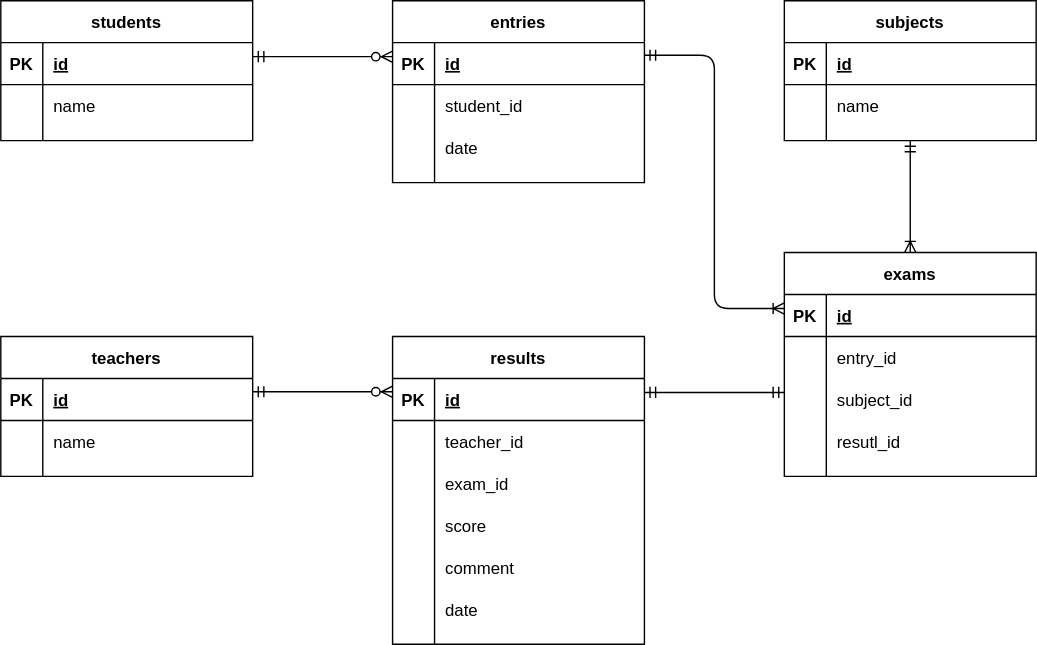
Earlier version of the draw.io export index.drawio.svg (otsukik/20210625otsuki). Source tidied: cells renumbered, new cells last; positions are measured from the earlier drawing's top-left corner, leaving out a move shared by most shapes.
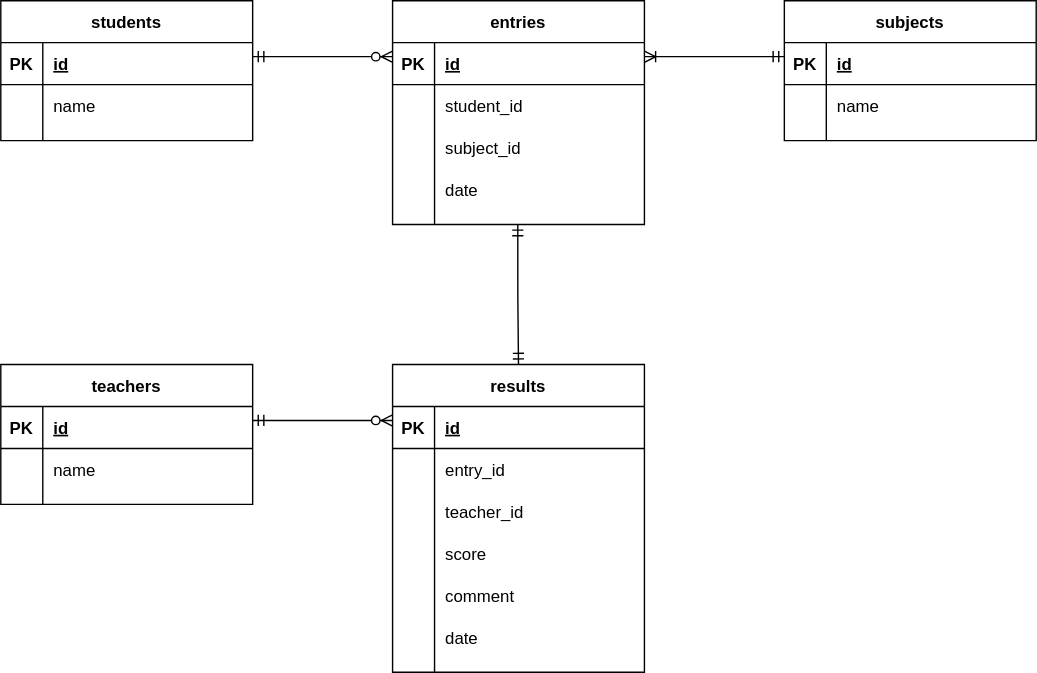
Later version of the same file.

Commit message:
delete exam table

The edit, as a diff of the source:
```diff
@@ -24,7 +24,7 @@
       <mxGeometry x="30" width="150" height="30" as="geometry" />
     </mxCell>
     <mxCell id="9" value="entries" style="shape=table;startSize=30;rowLines=0;fontStyle=1;align=center;" parent="1" vertex="1">
-      <mxGeometry x="280" width="180" height="130" as="geometry" />
+      <mxGeometry x="280" width="180" height="160" as="geometry" />
     </mxCell>
     <mxCell id="10" style="shape=partialRectangle;fillColor=none;top=0;left=0;bottom=1;right=0;points=[[0,0.5],[1,0.5]];portConstraint=eastwest;" parent="9" vertex="1">
       <mxGeometry y="30" width="180" height="30" as="geometry" />
@@ -44,8 +44,17 @@
     <mxCell id="15" value="student_id" style="shape=partialRectangle;fillColor=none;top=0;left=0;bottom=0;right=0;align=left;spacingLeft=6;overflow=hidden;" parent="13" vertex="1">
       <mxGeometry x="30" width="150" height="30" as="geometry" />
     </mxCell>
+    <mxCell id="70" style="shape=partialRectangle;fillColor=none;top=0;left=0;bottom=0;right=0;" parent="9" vertex="1">
+      <mxGeometry y="90" width="180" height="30" as="geometry" />
+    </mxCell>
+    <mxCell id="71" style="shape=partialRectangle;fillColor=none;top=0;left=0;bottom=0;right=0;overflow=hidden;" parent="70" vertex="1">
+      <mxGeometry width="30" height="30" as="geometry" />
+    </mxCell>
+    <mxCell id="63" value="subject_id" style="shape=partialRectangle;fillColor=none;top=0;left=0;bottom=0;right=0;align=left;spacingLeft=6;overflow=hidden;" parent="70" vertex="1">
+      <mxGeometry x="30" width="150" height="30" as="geometry" />
+    </mxCell>
     <mxCell id="16" style="shape=partialRectangle;fillColor=none;top=0;left=0;bottom=0;right=0;" parent="9" vertex="1">
-      <mxGeometry y="90" width="180" height="30" as="geometry" />
+      <mxGeometry y="120" width="180" height="30" as="geometry" />
     </mxCell>
     <mxCell id="17" style="shape=partialRectangle;fillColor=none;top=0;left=0;bottom=0;right=0;overflow=hidden;" parent="16" vertex="1">
       <mxGeometry width="30" height="30" as="geometry" />
@@ -60,7 +69,7 @@
       </mxGeometry>
     </mxCell>
     <mxCell id="20" value="teachers" style="shape=table;startSize=30;rowLines=0;fontStyle=1;align=center;" parent="1" vertex="1">
-      <mxGeometry y="240" width="180" height="100" as="geometry" />
+      <mxGeometry y="260" width="180" height="100" as="geometry" />
     </mxCell>
     <mxCell id="21" style="shape=partialRectangle;fillColor=none;top=0;left=0;bottom=1;right=0;" parent="20" vertex="1">
       <mxGeometry y="30" width="180" height="30" as="geometry" />
@@ -81,7 +90,7 @@
       <mxGeometry x="30" width="150" height="30" as="geometry" />
     </mxCell>
     <mxCell id="27" value="results" style="shape=table;startSize=30;rowLines=0;fontStyle=1;align=center;" parent="1" vertex="1">
-      <mxGeometry x="280" y="240" width="180" height="220" as="geometry" />
+      <mxGeometry x="280" y="260" width="180" height="220" as="geometry" />
     </mxCell>
     <mxCell id="28" style="shape=partialRectangle;fillColor=none;top=0;left=0;bottom=1;right=0;" parent="27" vertex="1">
       <mxGeometry y="30" width="180" height="30" as="geometry" />
@@ -92,8 +101,17 @@
     <mxCell id="30" value="id" style="shape=partialRectangle;fillColor=none;top=0;left=0;bottom=0;right=0;align=left;spacingLeft=6;fontStyle=5;overflow=hidden;" parent="28" vertex="1">
       <mxGeometry x="30" width="150" height="30" as="geometry" />
     </mxCell>
+    <mxCell id="58" style="shape=partialRectangle;fillColor=none;top=0;left=0;bottom=0;right=0;" parent="27" vertex="1">
+      <mxGeometry y="60" width="180" height="30" as="geometry" />
+    </mxCell>
+    <mxCell id="72" style="shape=partialRectangle;fillColor=none;top=0;left=0;bottom=0;right=0;overflow=hidden;" parent="58" vertex="1">
+      <mxGeometry width="30" height="30" as="geometry" />
+    </mxCell>
+    <mxCell id="60" value="entry_id" style="shape=partialRectangle;fillColor=none;top=0;left=0;bottom=0;right=0;align=left;spacingLeft=6;overflow=hidden;" parent="58" vertex="1">
+      <mxGeometry x="30" width="150" height="30" as="geometry" />
+    </mxCell>
     <mxCell id="31" style="shape=partialRectangle;fillColor=none;top=0;left=0;bottom=0;right=0;" parent="27" vertex="1">
-      <mxGeometry y="60" width="180" height="30" as="geometry" />
+      <mxGeometry y="90" width="180" height="30" as="geometry" />
     </mxCell>
     <mxCell id="32" style="shape=partialRectangle;fillColor=none;top=0;left=0;bottom=0;right=0;overflow=hidden;" parent="31" vertex="1">
       <mxGeometry width="30" height="30" as="geometry" />
@@ -101,15 +119,6 @@
     <mxCell id="33" value="teacher_id" style="shape=partialRectangle;fillColor=none;top=0;left=0;bottom=0;right=0;align=left;spacingLeft=6;overflow=hidden;" parent="31" vertex="1">
       <mxGeometry x="30" width="150" height="30" as="geometry" />
     </mxCell>
-    <mxCell id="34" style="shape=partialRectangle;fillColor=none;top=0;left=0;bottom=0;right=0;" parent="27" vertex="1">
-      <mxGeometry y="90" width="180" height="30" as="geometry" />
-    </mxCell>
-    <mxCell id="35" style="shape=partialRectangle;fillColor=none;top=0;left=0;bottom=0;right=0;overflow=hidden;" parent="34" vertex="1">
-      <mxGeometry width="30" height="30" as="geometry" />
-    </mxCell>
-    <mxCell id="36" value="exam_id" style="shape=partialRectangle;fillColor=none;top=0;left=0;bottom=0;right=0;align=left;spacingLeft=6;overflow=hidden;" parent="34" vertex="1">
-      <mxGeometry x="30" width="150" height="30" as="geometry" />
-    </mxCell>
     <mxCell id="37" style="shape=partialRectangle;fillColor=none;top=0;left=0;bottom=0;right=0;" parent="27" vertex="1">
       <mxGeometry y="120" width="180" height="30" as="geometry" />
     </mxCell>
@@ -160,64 +169,20 @@
     </mxCell>
     <mxCell id="53" style="edgeStyle=entityRelationEdgeStyle;fontSize=12;html=1;endArrow=ERzeroToMany;endFill=1;startArrow=ERmandOne;startFill=0;" parent="1" edge="1">
       <mxGeometry relative="1" as="geometry">
-        <mxPoint x="180" y="279.5" as="sourcePoint" />
-        <mxPoint x="280" y="279.5" as="targetPoint" />
+        <mxPoint x="180" y="300" as="sourcePoint" />
+        <mxPoint x="280" y="300" as="targetPoint" />
       </mxGeometry>
     </mxCell>
-    <mxCell id="54" value="exams" style="shape=table;startSize=30;rowLines=0;fontStyle=1;align=center;" parent="1" vertex="1">
-      <mxGeometry x="560" y="180" width="180" height="160" as="geometry" />
-    </mxCell>
-    <mxCell id="55" style="shape=partialRectangle;fillColor=none;top=0;left=0;bottom=1;right=0;" parent="54" vertex="1">
-      <mxGeometry y="30" width="180" height="30" as="geometry" />
-    </mxCell>
-    <mxCell id="56" value="PK" style="shape=partialRectangle;fillColor=none;top=0;left=0;bottom=0;right=0;fontStyle=1;overflow=hidden;" parent="55" vertex="1">
-      <mxGeometry width="30" height="30" as="geometry" />
-    </mxCell>
-    <mxCell id="57" value="id" style="shape=partialRectangle;fillColor=none;top=0;left=0;bottom=0;right=0;align=left;spacingLeft=6;fontStyle=5;overflow=hidden;" parent="55" vertex="1">
-      <mxGeometry x="30" width="150" height="30" as="geometry" />
-    </mxCell>
-    <mxCell id="58" style="shape=partialRectangle;fillColor=none;top=0;left=0;bottom=0;right=0;" parent="54" vertex="1">
-      <mxGeometry y="60" width="180" height="30" as="geometry" />
-    </mxCell>
-    <mxCell id="59" style="shape=partialRectangle;fillColor=none;top=0;left=0;bottom=0;right=0;overflow=hidden;" parent="58" vertex="1">
-      <mxGeometry width="30" height="30" as="geometry" />
-    </mxCell>
-    <mxCell id="60" value="entry_id" style="shape=partialRectangle;fillColor=none;top=0;left=0;bottom=0;right=0;align=left;spacingLeft=6;overflow=hidden;" parent="58" vertex="1">
-      <mxGeometry x="30" width="150" height="30" as="geometry" />
-    </mxCell>
-    <mxCell id="61" style="shape=partialRectangle;fillColor=none;top=0;left=0;bottom=0;right=0;" parent="54" vertex="1">
-      <mxGeometry y="90" width="180" height="30" as="geometry" />
-    </mxCell>
-    <mxCell id="62" style="shape=partialRectangle;fillColor=none;top=0;left=0;bottom=0;right=0;overflow=hidden;" parent="61" vertex="1">
-      <mxGeometry width="30" height="30" as="geometry" />
-    </mxCell>
-    <mxCell id="63" value="subject_id" style="shape=partialRectangle;fillColor=none;top=0;left=0;bottom=0;right=0;align=left;spacingLeft=6;overflow=hidden;" parent="61" vertex="1">
-      <mxGeometry x="30" width="150" height="30" as="geometry" />
-    </mxCell>
-    <mxCell id="64" style="shape=partialRectangle;fillColor=none;top=0;left=0;bottom=0;right=0;" parent="54" vertex="1">
-      <mxGeometry y="120" width="180" height="30" as="geometry" />
-    </mxCell>
-    <mxCell id="65" style="shape=partialRectangle;fillColor=none;top=0;left=0;bottom=0;right=0;overflow=hidden;" parent="64" vertex="1">
-      <mxGeometry width="30" height="30" as="geometry" />
-    </mxCell>
-    <mxCell id="66" value="resutl_id" style="shape=partialRectangle;fillColor=none;top=0;left=0;bottom=0;right=0;align=left;spacingLeft=6;overflow=hidden;" parent="64" vertex="1">
-      <mxGeometry x="30" width="150" height="30" as="geometry" />
-    </mxCell>
-    <mxCell id="67" style="edgeStyle=elbowEdgeStyle;fontSize=12;html=1;endArrow=ERoneToMany;endFill=0;startArrow=ERmandOne;startFill=0;exitX=1;exitY=0.3;exitDx=0;exitDy=0;exitPerimeter=0;" parent="1" edge="1" source="10">
-      <mxGeometry relative="1" as="geometry">
-        <mxPoint x="560" y="220" as="targetPoint" />
-      </mxGeometry>
-    </mxCell>
-    <mxCell id="68" style="edgeStyle=elbowEdgeStyle;fontSize=12;html=1;endArrow=ERoneToMany;endFill=0;startArrow=ERmandOne;startFill=0;elbow=vertical;exitX=0.5;exitY=1;exitDx=0;exitDy=0;" parent="1" edge="1" source="46">
-      <mxGeometry relative="1" as="geometry">
-        <mxPoint x="650" y="180" as="targetPoint" />
-      </mxGeometry>
-    </mxCell>
-    <mxCell id="69" style="edgeStyle=entityRelationEdgeStyle;fontSize=12;html=1;endArrow=ERmandOne;endFill=0;startArrow=ERmandOne;startFill=0;" parent="1" edge="1">
-      <mxGeometry relative="1" as="geometry">
-        <mxPoint x="460" y="280" as="sourcePoint" />
-        <mxPoint x="560" y="280" as="targetPoint" />
-      </mxGeometry>
-    </mxCell>
+    <mxCell id="73" style="edgeStyle=entityRelationEdgeStyle;fontSize=12;html=1;endArrow=ERmandOne;endFill=0;startArrow=ERoneToMany;startFill=0;" parent="1" edge="1">
+      <mxGeometry relative="1" as="geometry">
+        <mxPoint x="460" y="40" as="sourcePoint" />
+        <mxPoint x="560" y="40" as="targetPoint" />
+      </mxGeometry>
+    </mxCell>
+    <mxCell id="74" style="edgeStyle=elbowEdgeStyle;fontSize=12;html=1;endArrow=ERmandOne;endFill=0;startArrow=ERmandOne;startFill=0;elbow=vertical;exitX=0.5;exitY=1;exitDx=0;exitDy=0;entryX=0.5;entryY=0;entryDx=0;entryDy=0;" parent="1" edge="1" target="27">
+      <mxGeometry relative="1" as="geometry">
+        <mxPoint x="369.5" y="160" as="sourcePoint" />
+      </mxGeometry>
+    </mxCell>
   </root>
 </mxGraphModel>
```
